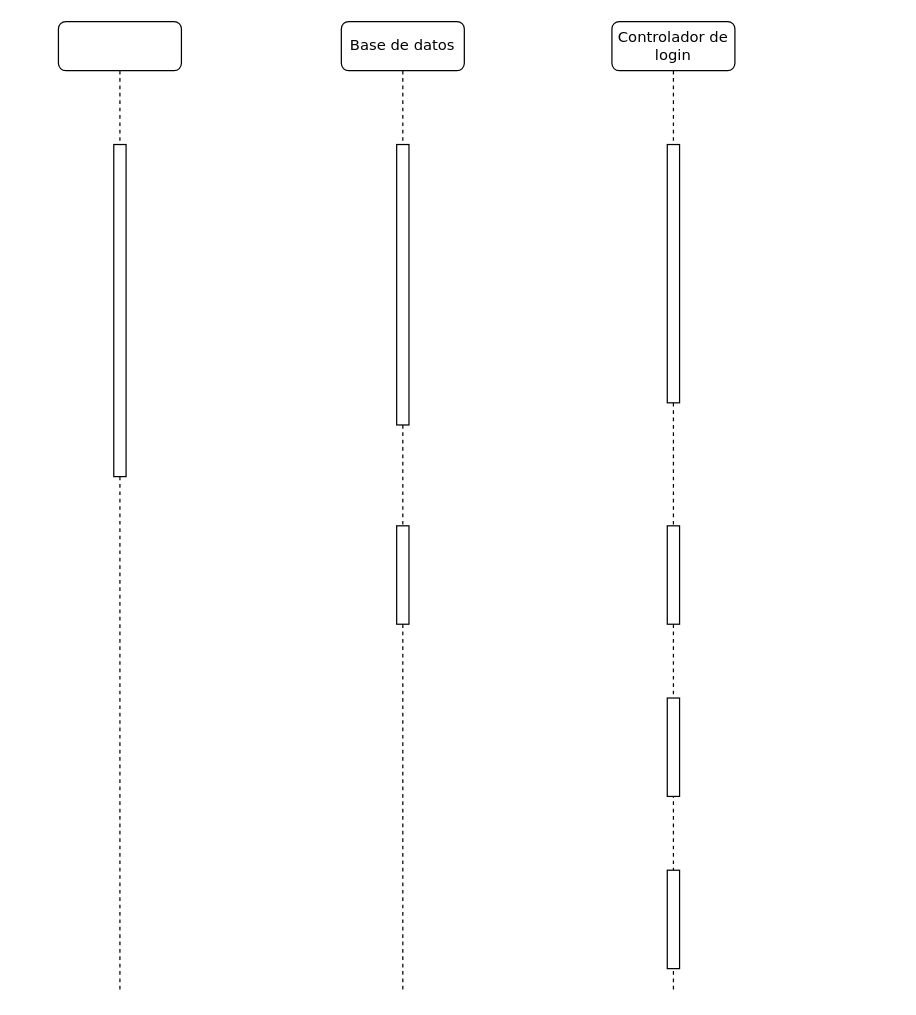
Before: Diagramas secuencia/usuarios/secuencia1.drawio in MirroringCode/diagramas-del-csm, a draw.io diagram. Source tidied: cells renumbered, new cells numbered last; positions are measured from the earlier drawing's top-left corner, leaving out a move shared by most shapes. Both pictures are drawn from the tidied source at 123%, with x=0, y=0 at pixel (58, 21).
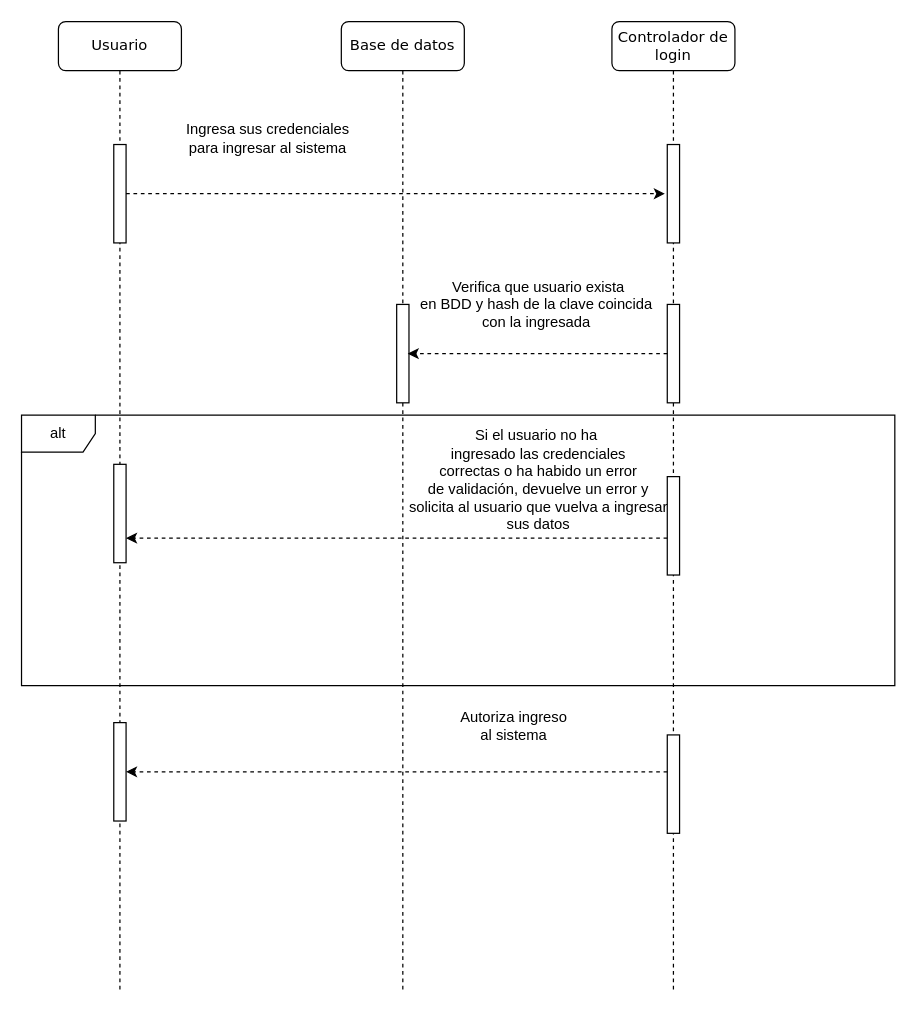
The same diagram, later.

Commit message:
Actualizar secuencia login secuencia1.drawio

The change refers to these unchanged cells:
```xml
<mxCell id="2" value="Base de datos" style="shape=umlLifeline;perimeter=lifelinePerimeter;whiteSpace=wrap;html=1;rounded=1;shadow=0;comic=0;labelBackgroundColor=none;strokeWidth=1;fontFamily=Verdana;fontSize=12;align=center;" parent="1" vertex="1">
  <mxGeometry x="230" width="100" height="790" as="geometry" />
</mxCell>
<mxCell id="7" value="Controlador de login" style="shape=umlLifeline;perimeter=lifelinePerimeter;whiteSpace=wrap;html=1;rounded=1;shadow=0;comic=0;labelBackgroundColor=none;strokeWidth=1;fontFamily=Verdana;fontSize=12;align=center;" parent="1" vertex="1">
  <mxGeometry x="450" width="100" height="790" as="geometry" />
</mxCell>
```

Diff of the diagram source:
```diff
@@
-    <mxCell id="3" style="html=1;perimeter=orthogonalPerimeter;rounded=0;shadow=0;comic=0;labelBackgroundColor=none;strokeWidth=1;fontFamily=Verdana;fontSize=12;align=center;" parent="2" vertex="1">
-      <mxGeometry x="45" y="100" width="10" height="228" as="geometry" />
-    </mxCell>
-    <mxCell id="4" style="html=1;perimeter=orthogonalPerimeter;targetShapes=umlLifeline;newEdgeStyle={&quot;curved&quot;:0,&quot;rounded&quot;:0};" parent="2" vertex="1">
-      <mxGeometry x="45" y="410" width="10" height="80" as="geometry" />
-    </mxCell>
+    <mxCell id="12" style="html=1;points=[];perimeter=orthogonalPerimeter;rounded=0;shadow=0;comic=0;labelBackgroundColor=none;strokeWidth=1;fontFamily=Verdana;fontSize=12;align=center;" parent="2" vertex="1">
+      <mxGeometry x="45" y="230" width="10" height="80" as="geometry" />
+    </mxCell>
-    <mxCell id="5" style="shape=umlLifeline;perimeter=lifelinePerimeter;whiteSpace=wrap;html=1;rounded=1;shadow=0;comic=0;labelBackgroundColor=none;strokeWidth=1;fontFamily=Verdana;fontSize=12;align=center;" parent="1" vertex="1">
+    <mxCell id="5" value="Usuario" style="shape=umlLifeline;perimeter=lifelinePerimeter;whiteSpace=wrap;html=1;rounded=1;shadow=0;comic=0;labelBackgroundColor=none;strokeWidth=1;fontFamily=Verdana;fontSize=12;align=center;" parent="1" vertex="1">
       <mxGeometry width="100" height="790" as="geometry" />
     </mxCell>
     <mxCell id="6" style="html=1;points=[];perimeter=orthogonalPerimeter;rounded=0;shadow=0;comic=0;labelBackgroundColor=none;strokeWidth=1;fontFamily=Verdana;fontSize=12;align=center;" parent="5" vertex="1">
-      <mxGeometry x="45" y="100" width="10" height="270" as="geometry" />
+      <mxGeometry x="45" y="100" width="10" height="80" as="geometry" />
     </mxCell>
+    <mxCell id="13" style="html=1;perimeter=orthogonalPerimeter;targetShapes=umlLifeline;newEdgeStyle={&quot;curved&quot;:0,&quot;rounded&quot;:0};" parent="5" vertex="1">
+      <mxGeometry x="45" y="360" width="10" height="80" as="geometry" />
+    </mxCell>
+    <mxCell id="14" style="html=1;points=[[0,0,0,0,5],[0,1,0,0,-5],[1,0,0,0,5],[1,1,0,0,-5]];perimeter=orthogonalPerimeter;outlineConnect=0;targetShapes=umlLifeline;portConstraint=eastwest;newEdgeStyle={&quot;curved&quot;:0,&quot;rounded&quot;:0};" parent="5" vertex="1">
+      <mxGeometry x="45" y="570" width="10" height="80" as="geometry" />
+    </mxCell>
@@
     <mxCell id="8" style="html=1;points=[];perimeter=orthogonalPerimeter;rounded=0;shadow=0;comic=0;labelBackgroundColor=none;strokeWidth=1;fontFamily=Verdana;fontSize=12;align=center;" parent="7" vertex="1">
-      <mxGeometry x="45" y="100" width="10" height="210" as="geometry" />
+      <mxGeometry x="45" y="100" width="10" height="80" as="geometry" />
     </mxCell>
-    <mxCell id="9" style="html=1;perimeter=orthogonalPerimeter;targetShapes=umlLifeline;newEdgeStyle={&quot;curved&quot;:0,&quot;rounded&quot;:0};" parent="7" vertex="1">
-      <mxGeometry x="45" y="410" width="10" height="80" as="geometry" />
-    </mxCell>
-    <mxCell id="10" style="html=1;perimeter=orthogonalPerimeter;targetShapes=umlLifeline;newEdgeStyle={&quot;curved&quot;:0,&quot;rounded&quot;:0};" parent="7" vertex="1">
-      <mxGeometry x="45" y="550" width="10" height="80" as="geometry" />
-    </mxCell>
     <mxCell id="11" style="html=1;perimeter=orthogonalPerimeter;targetShapes=umlLifeline;newEdgeStyle={&quot;curved&quot;:0,&quot;rounded&quot;:0};" parent="7" vertex="1">
-      <mxGeometry x="45" y="690" width="10" height="80" as="geometry" />
+      <mxGeometry x="45" y="370" width="10" height="80" as="geometry" />
     </mxCell>
+    <mxCell id="15" style="html=1;points=[];perimeter=orthogonalPerimeter;rounded=0;shadow=0;comic=0;labelBackgroundColor=none;strokeWidth=1;fontFamily=Verdana;fontSize=12;align=center;" parent="7" vertex="1">
+      <mxGeometry x="45" y="230" width="10" height="80" as="geometry" />
+    </mxCell>
+    <mxCell id="16" style="html=1;points=[[0,0,0,0,5],[0,1,0,0,-5],[1,0,0,0,5],[1,1,0,0,-5]];perimeter=orthogonalPerimeter;outlineConnect=0;targetShapes=umlLifeline;portConstraint=eastwest;newEdgeStyle={&quot;curved&quot;:0,&quot;rounded&quot;:0};" parent="7" vertex="1">
+      <mxGeometry x="45" y="580" width="10" height="80" as="geometry" />
+    </mxCell>
+    <mxCell id="17" style="edgeStyle=orthogonalEdgeStyle;rounded=0;jettySize=auto;html=1;entryX=-0.2;entryY=0.5;entryDx=0;entryDy=0;entryPerimeter=0;dashed=1;" parent="1" edge="1" source="6" target="8">
+      <mxGeometry relative="1" as="geometry" />
+    </mxCell>
+    <mxCell id="18" value="Ingresa sus credenciales&lt;div&gt;para ingresar al sistema&lt;/div&gt;" style="text;html=1;align=center;verticalAlign=middle;strokeColor=none;fillColor=none;" parent="1" vertex="1">
+      <mxGeometry x="90" y="75" width="160" height="40" as="geometry" />
+    </mxCell>
+    <mxCell id="19" style="edgeStyle=orthogonalEdgeStyle;rounded=0;jettySize=auto;html=1;entryX=0.9;entryY=0.5;entryDx=0;entryDy=0;entryPerimeter=0;dashed=1;" parent="1" edge="1" source="15" target="12">
+      <mxGeometry relative="1" as="geometry" />
+    </mxCell>
+    <mxCell id="20" value="Verifica que usuario exista&lt;br&gt;&lt;div&gt;en BDD y hash de la clave coincida&amp;nbsp;&lt;/div&gt;&lt;div&gt;con la ingresada&amp;nbsp;&lt;/div&gt;" style="text;html=1;align=center;verticalAlign=middle;strokeColor=none;fillColor=none;" parent="1" vertex="1">
+      <mxGeometry x="280" y="200" width="220" height="60" as="geometry" />
+    </mxCell>
+    <mxCell id="21" value="alt" style="shape=umlFrame;whiteSpace=wrap;html=1;" parent="1" vertex="1">
+      <mxGeometry x="-30" y="320" width="710" height="220" as="geometry" />
+    </mxCell>
+    <mxCell id="22" style="edgeStyle=orthogonalEdgeStyle;rounded=0;orthogonalLoop=1;jettySize=auto;html=1;curved=0;dashed=1;" parent="1" edge="1">
+      <mxGeometry relative="1" as="geometry">
+        <mxPoint x="495" y="420" as="sourcePoint" />
+        <mxPoint x="55" y="420" as="targetPoint" />
+        <Array as="points">
+          <mxPoint x="390" y="420" />
+          <mxPoint x="390" y="420" />
+        </Array>
+      </mxGeometry>
+    </mxCell>
+    <mxCell id="23" value="Si el usuario no ha&amp;nbsp;&lt;div&gt;ingresado las credenciales&lt;/div&gt;&lt;div&gt;correctas o ha habido un error&lt;/div&gt;&lt;div&gt;de validación, devuelve un error y&lt;/div&gt;&lt;div&gt;solicita al usuario que vuelva a ingresar&lt;/div&gt;&lt;div&gt;sus datos&lt;/div&gt;" style="text;html=1;align=center;verticalAlign=middle;strokeColor=none;fillColor=none;" parent="1" vertex="1">
+      <mxGeometry x="275" y="323" width="230" height="100" as="geometry" />
+    </mxCell>
+    <mxCell id="24" style="edgeStyle=orthogonalEdgeStyle;rounded=0;jettySize=auto;html=1;curved=0;dashed=1;" parent="1" edge="1" source="16" target="14">
+      <mxGeometry relative="1" as="geometry">
+        <Array as="points">
+          <mxPoint x="390" y="610" />
+          <mxPoint x="390" y="610" />
+        </Array>
+      </mxGeometry>
+    </mxCell>
+    <mxCell id="25" value="Autoriza ingreso&lt;div&gt;al sistema&lt;/div&gt;" style="text;html=1;align=center;verticalAlign=middle;strokeColor=none;fillColor=none;" parent="1" vertex="1">
+      <mxGeometry x="315" y="553" width="110" height="40" as="geometry" />
+    </mxCell>
```
